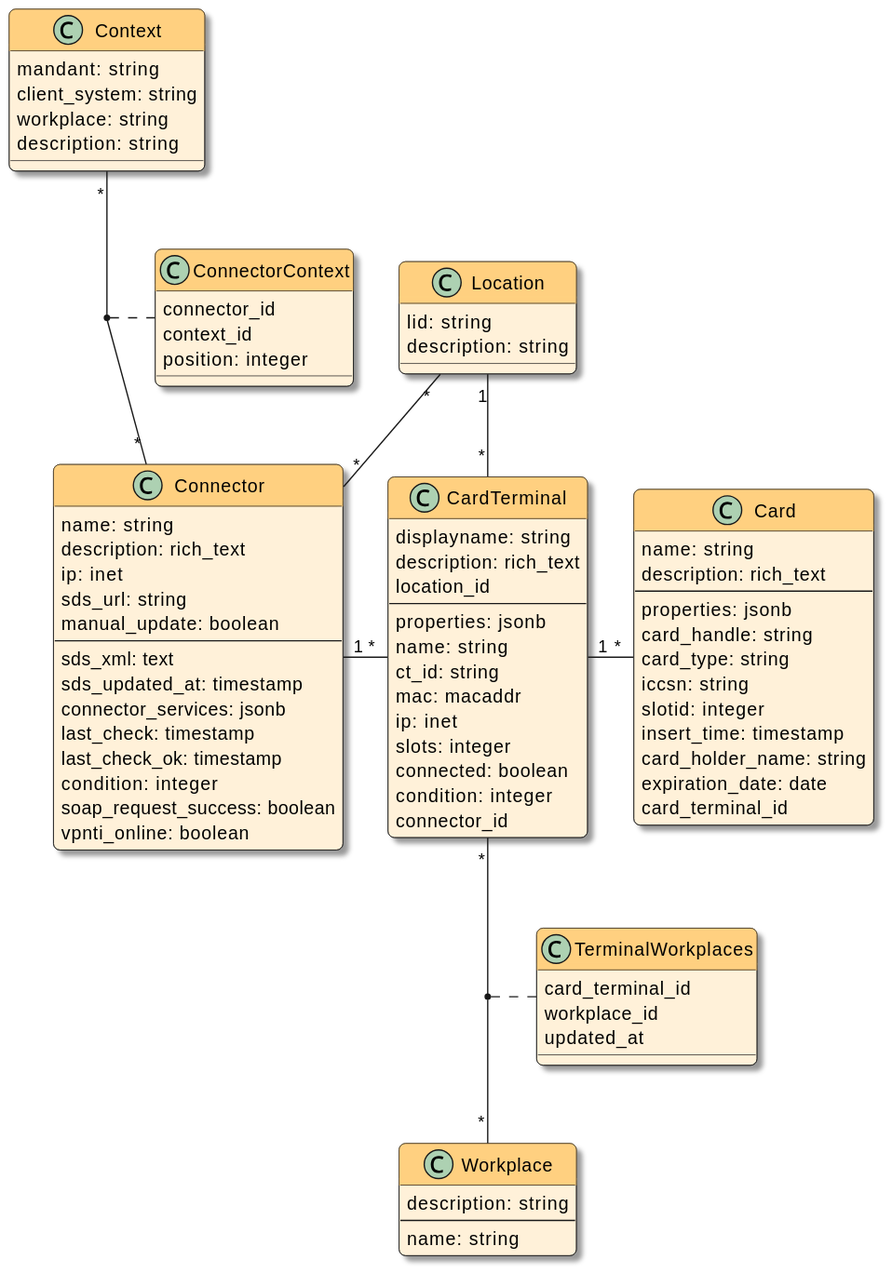
swobspace/cocard keeps this PlantUML diagram as docsrc/devnotes/modules/ROOT/images/models.svg. Above is the earlier version.
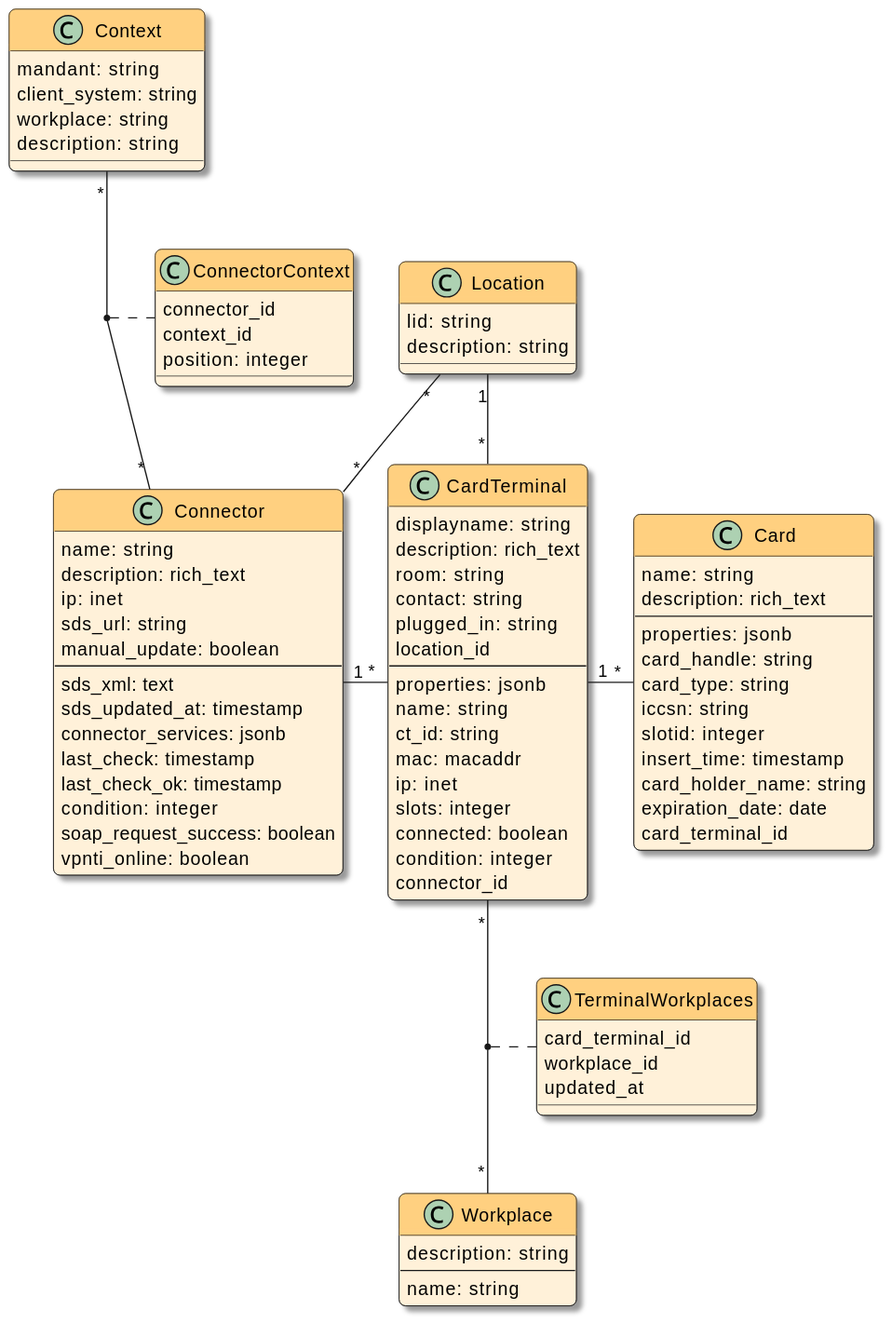
After the commit.

The edit, as a diff of the source:
```diff
@@ -23,6 +23,9 @@
 class CardTerminal {
   displayname: string
   description: rich_text
+  room: string
+  contact: string
+  plugged_in: string
   location_id
   --
   properties: jsonb
```
